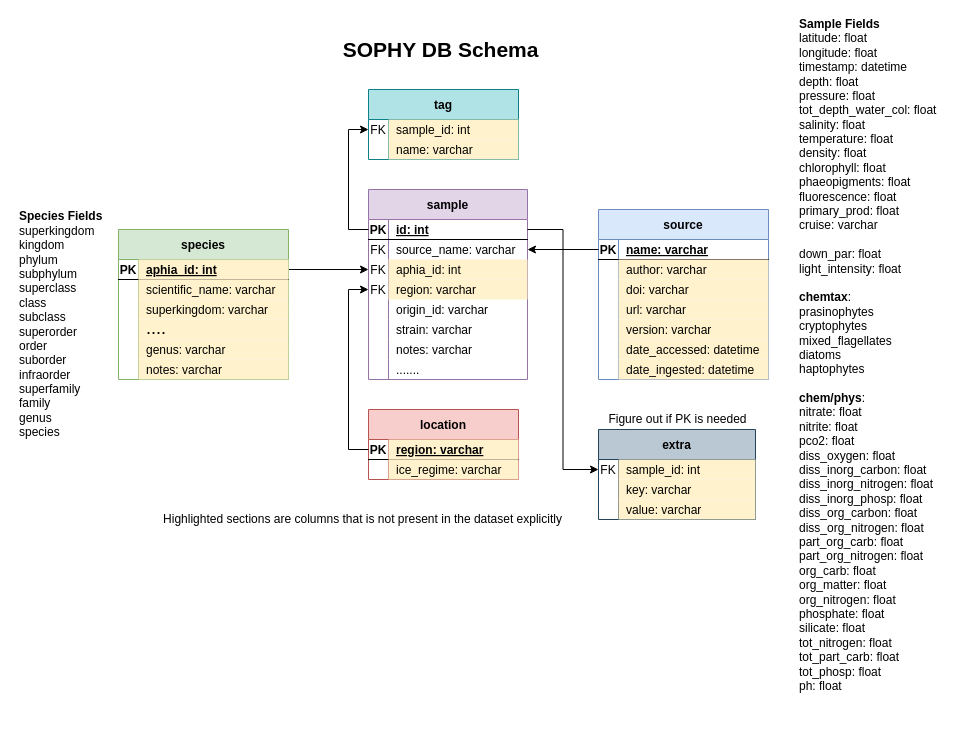
Above: page "schema_v6" (5 of 5) of schemas/sophy.drawio in ayushnag/sophy (draw.io), before the change. Source tidied: cells renumbered, new cells numbered last; positions are measured from the earlier drawing's top-left corner, leaving out a move shared by most shapes. Both pictures are drawn from the tidied source at 100%, with x=0, y=0 at pixel (17, 24).
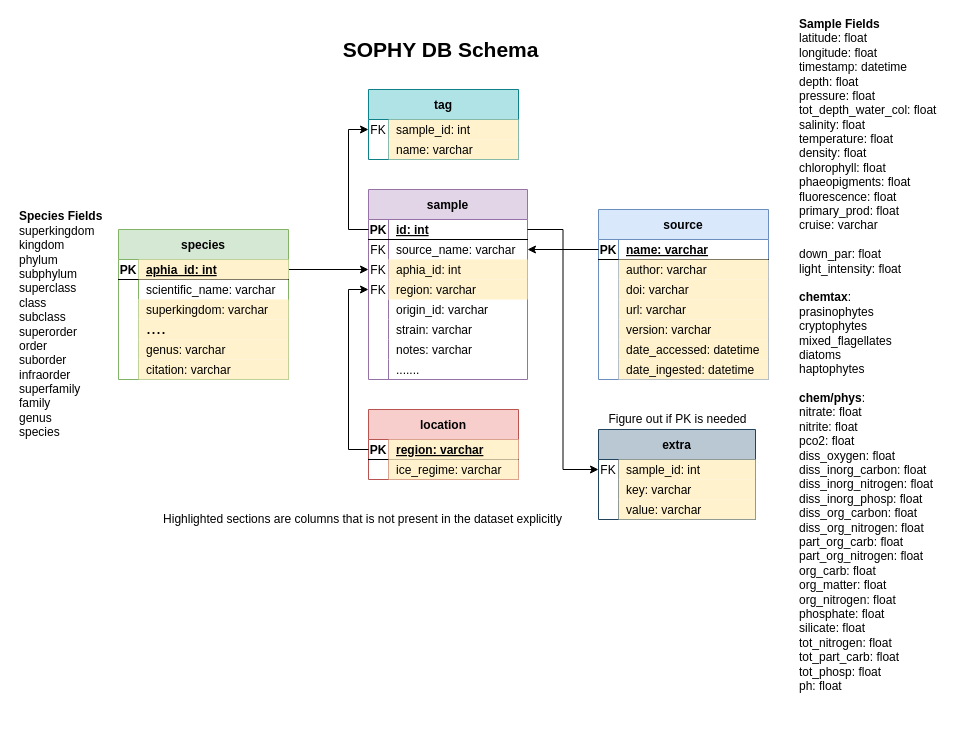
The same page after the edit.

Commit message (it also covers changes not shown here):
Added functionality to insert full taxonomy from WoRMS into our tables. Updated microscopy table to include "citation" field

The change refers to these unchanged cells:
```xml
<mxCell id="86" style="shape=partialRectangle;fillColor=none;top=0;left=0;bottom=0;right=0;" parent="82" vertex="1">
  <mxGeometry y="50" width="170" height="20" as="geometry" />
</mxCell>
<mxCell id="98" style="shape=partialRectangle;fillColor=none;top=0;left=0;bottom=0;right=0;align=left;" parent="82" vertex="1">
  <mxGeometry y="130" width="170" height="20" as="geometry" />
</mxCell>
```

Change to the diagram source:
```diff
@@
-    <mxCell id="88" value="scientific_name: varchar" style="shape=partialRectangle;fillColor=#fff2cc;top=0;left=0;bottom=0;right=0;align=left;spacingLeft=6;overflow=hidden;spacing=2;strokeColor=#d6b656;" parent="86" vertex="1">
+    <mxCell id="88" value="scientific_name: varchar" style="shape=partialRectangle;fillColor=none;top=0;left=0;bottom=0;right=0;align=left;spacingLeft=6;overflow=hidden;spacing=2;strokeColor=#d6b656;" parent="86" vertex="1">
       <mxGeometry x="20" width="150" height="20" as="geometry" />
     </mxCell>
@@
-    <mxCell id="100" value="notes: varchar" style="shape=partialRectangle;fillColor=#fff2cc;top=0;left=0;bottom=0;right=0;align=left;spacingLeft=6;overflow=hidden;strokeColor=#d6b656;" parent="98" vertex="1">
-      <mxGeometry x="20" width="150" height="20" as="geometry" />
-    </mxCell>
+    <mxCell id="103" value="citation: varchar" style="shape=partialRectangle;fillColor=#fff2cc;top=0;left=0;bottom=0;right=0;align=left;spacingLeft=6;overflow=hidden;strokeColor=#d6b656;" parent="98" vertex="1">
+      <mxGeometry x="20" width="150" height="20" as="geometry" />
+    </mxCell>
```
